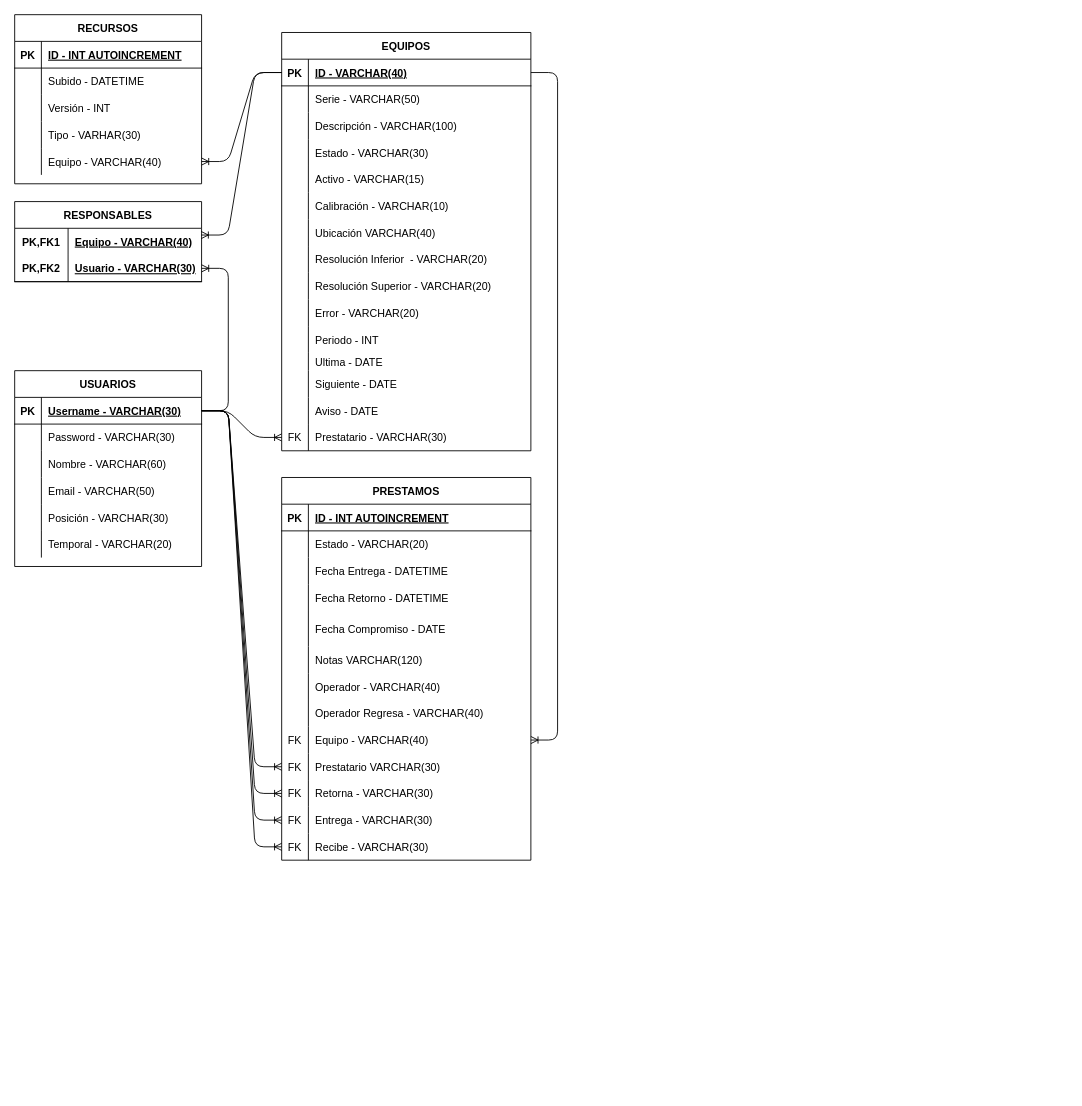
Before: api/db/model/Diagrama de Tablas.drawio in FFahrenheit/Calibraciones-API, a draw.io diagram. Source tidied: cells renumbered, new cells numbered last; positions are measured from the earlier drawing's top-left corner, leaving out a move shared by most shapes. Both pictures are drawn from the tidied source at 89%, with x=0, y=0 at pixel (14, 14).
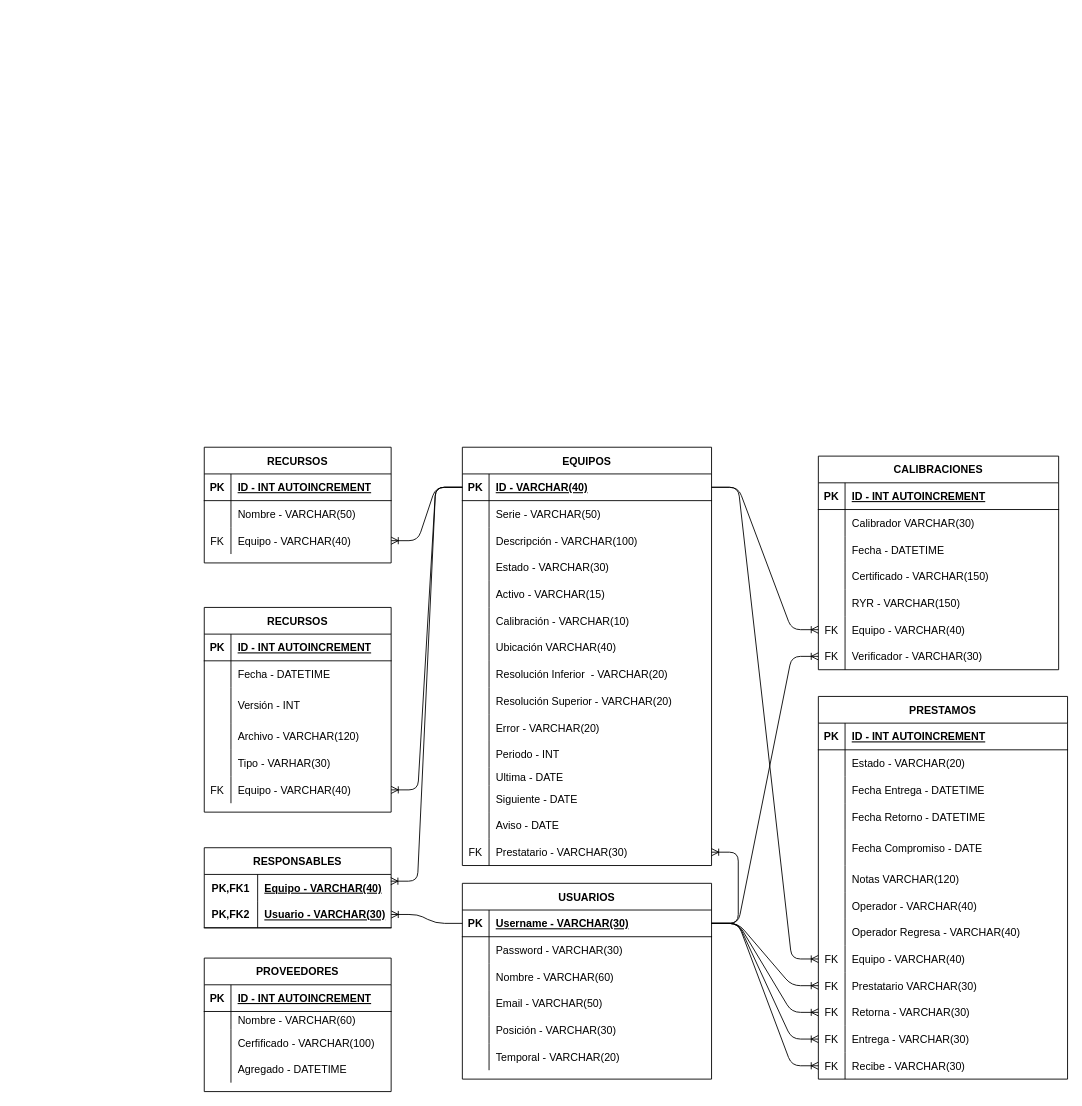
The same diagram, later.

Commit message:
Actualizado diagrama de tablas

The change refers to these unchanged cells:
```xml
<mxCell id="3" style="shape=partialRectangle;fillColor=none;top=0;left=0;bottom=1;right=0;points=[[0,0.5],[1,0.5]];portConstraint=eastwest;" parent="2" vertex="1">
  <mxGeometry y="30" width="280" height="30" as="geometry" />
</mxCell>
<mxCell id="45" style="shape=partialRectangle;fillColor=none;top=0;left=0;bottom=0;right=0;points=[[0,0.5],[1,0.5]];portConstraint=eastwest;" parent="2" vertex="1">
  <mxGeometry y="440" width="280" height="30" as="geometry" />
</mxCell>
<mxCell id="72" style="shape=partialRectangle;fillColor=none;top=0;left=0;bottom=0;right=0;" parent="68" vertex="1">
  <mxGeometry y="60" width="210" height="30" as="geometry" />
</mxCell>
<mxCell id="110" style="shape=partialRectangle;fillColor=none;top=0;left=0;bottom=0;right=0;points=[[0,0.5],[1,0.5]];portConstraint=eastwest;" parent="85" vertex="1">
  <mxGeometry y="280" width="280" height="30" as="geometry" />
</mxCell>
<mxCell id="134" style="shape=partialRectangle;fillColor=none;top=0;left=0;bottom=1;right=0;points=[[0,0.5],[1,0.5]];portConstraint=eastwest;" parent="130" vertex="1">
  <mxGeometry y="60" width="210" height="30" as="geometry" />
</mxCell>
```

The edit, as a diff of the source:
```diff
@@
     <mxCell id="2" value="EQUIPOS" style="shape=table;startSize=30;childLayout=tableLayout;rowLines=0;fontStyle=1;align=center;" parent="1" vertex="1">
-      <mxGeometry x="300" y="20" width="280" height="470" as="geometry" />
+      <mxGeometry x="503" y="486" width="280" height="470" as="geometry" />
     </mxCell>
@@
     <mxCell id="48" value="USUARIOS" style="shape=table;startSize=30;childLayout=tableLayout;rowLines=0;fontStyle=1;align=center;" parent="1" vertex="1">
-      <mxGeometry y="400" width="210" height="220" as="geometry" />
+      <mxGeometry x="503" y="976" width="280" height="220" as="geometry" />
     </mxCell>
     <mxCell id="49" style="shape=partialRectangle;fillColor=none;top=0;left=0;bottom=1;right=0;points=[[0,0.5],[1,0.5]];portConstraint=eastwest;" parent="48" vertex="1">
-      <mxGeometry y="30" width="210" height="30" as="geometry" />
+      <mxGeometry y="30" width="280" height="30" as="geometry" />
     </mxCell>
@@
     <mxCell id="51" value="Username - VARCHAR(30)" style="shape=partialRectangle;fillColor=none;top=0;left=0;bottom=0;right=0;align=left;spacingLeft=6;fontStyle=5;overflow=hidden;" parent="49" vertex="1">
-      <mxGeometry x="30" width="180" height="30" as="geometry" />
+      <mxGeometry x="30" width="250" height="30" as="geometry" />
     </mxCell>
     <mxCell id="52" style="shape=partialRectangle;fillColor=none;top=0;left=0;bottom=0;right=0;" parent="48" vertex="1">
-      <mxGeometry y="60" width="210" height="30" as="geometry" />
+      <mxGeometry y="60" width="280" height="30" as="geometry" />
     </mxCell>
@@
     <mxCell id="54" value="Password - VARCHAR(30)" style="shape=partialRectangle;fillColor=none;top=0;left=0;bottom=0;right=0;align=left;spacingLeft=6;overflow=hidden;" parent="52" vertex="1">
-      <mxGeometry x="30" width="180" height="30" as="geometry" />
+      <mxGeometry x="30" width="250" height="30" as="geometry" />
     </mxCell>
     <mxCell id="55" style="shape=partialRectangle;fillColor=none;top=0;left=0;bottom=0;right=0;" parent="48" vertex="1">
-      <mxGeometry y="90" width="210" height="30" as="geometry" />
+      <mxGeometry y="90" width="280" height="30" as="geometry" />
     </mxCell>
@@
     <mxCell id="57" value="Nombre - VARCHAR(60)" style="shape=partialRectangle;fillColor=none;top=0;left=0;bottom=0;right=0;align=left;spacingLeft=6;overflow=hidden;" parent="55" vertex="1">
-      <mxGeometry x="30" width="180" height="30" as="geometry" />
+      <mxGeometry x="30" width="250" height="30" as="geometry" />
     </mxCell>
     <mxCell id="58" style="shape=partialRectangle;fillColor=none;top=0;left=0;bottom=0;right=0;" parent="48" vertex="1">
-      <mxGeometry y="120" width="210" height="30" as="geometry" />
+      <mxGeometry y="120" width="280" height="30" as="geometry" />
     </mxCell>
@@
     <mxCell id="60" value="Email - VARCHAR(50)" style="shape=partialRectangle;fillColor=none;top=0;left=0;bottom=0;right=0;align=left;spacingLeft=6;overflow=hidden;" parent="58" vertex="1">
-      <mxGeometry x="30" width="180" height="30" as="geometry" />
+      <mxGeometry x="30" width="250" height="30" as="geometry" />
     </mxCell>
     <mxCell id="61" style="shape=partialRectangle;fillColor=none;top=0;left=0;bottom=0;right=0;" parent="48" vertex="1">
-      <mxGeometry y="150" width="210" height="30" as="geometry" />
+      <mxGeometry y="150" width="280" height="30" as="geometry" />
     </mxCell>
@@
     <mxCell id="63" value="Posición - VARCHAR(30)" style="shape=partialRectangle;fillColor=none;top=0;left=0;bottom=0;right=0;align=left;spacingLeft=6;overflow=hidden;" parent="61" vertex="1">
-      <mxGeometry x="30" width="180" height="30" as="geometry" />
+      <mxGeometry x="30" width="250" height="30" as="geometry" />
     </mxCell>
     <mxCell id="64" style="shape=partialRectangle;fillColor=none;top=0;left=0;bottom=0;right=0;" parent="48" vertex="1">
-      <mxGeometry y="180" width="210" height="30" as="geometry" />
+      <mxGeometry y="180" width="280" height="30" as="geometry" />
     </mxCell>
@@
     <mxCell id="66" value="Temporal - VARCHAR(20)" style="shape=partialRectangle;fillColor=none;top=0;left=0;bottom=0;right=0;align=left;spacingLeft=6;overflow=hidden;" parent="64" vertex="1">
-      <mxGeometry x="30" width="180" height="30" as="geometry" />
+      <mxGeometry x="30" width="250" height="30" as="geometry" />
     </mxCell>
-    <mxCell id="67" style="edgeStyle=entityRelationEdgeStyle;fontSize=12;html=1;endArrow=none;exitX=0;exitY=0.5;exitDx=0;exitDy=0;entryX=1;entryY=0.5;entryDx=0;entryDy=0;startArrow=ERoneToMany;startFill=0;endFill=0;" parent="1" edge="1" source="45" target="49">
+    <mxCell id="67" style="edgeStyle=entityRelationEdgeStyle;fontSize=12;html=1;endArrow=none;exitX=1;exitY=0.5;exitDx=0;exitDy=0;startArrow=ERoneToMany;startFill=0;endFill=0;" parent="1" edge="1" source="45" target="49">
       <mxGeometry relative="1" as="geometry" />
     </mxCell>
     <mxCell id="68" value="RECURSOS" style="shape=table;startSize=30;childLayout=tableLayout;rowLines=0;fontStyle=1;align=center;" parent="1" vertex="1">
-      <mxGeometry width="210" height="190" as="geometry" />
+      <mxGeometry x="213" y="666" width="210" height="230" as="geometry" />
     </mxCell>
@@
-    <mxCell id="74" value="Subido - DATETIME" style="shape=partialRectangle;fillColor=none;top=0;left=0;bottom=0;right=0;align=left;spacingLeft=6;overflow=hidden;" parent="72" vertex="1">
+    <mxCell id="74" value="Fecha - DATETIME" style="shape=partialRectangle;fillColor=none;top=0;left=0;bottom=0;right=0;align=left;spacingLeft=6;overflow=hidden;" parent="72" vertex="1">
       <mxGeometry x="30" width="180" height="30" as="geometry" />
     </mxCell>
     <mxCell id="75" style="shape=partialRectangle;fillColor=none;top=0;left=0;bottom=0;right=0;" parent="68" vertex="1">
-      <mxGeometry y="90" width="210" height="30" as="geometry" />
+      <mxGeometry y="90" width="210" height="40" as="geometry" />
     </mxCell>
     <mxCell id="76" style="shape=partialRectangle;fillColor=none;top=0;left=0;bottom=0;right=0;overflow=hidden;" parent="75" vertex="1">
-      <mxGeometry width="30" height="30" as="geometry" />
+      <mxGeometry width="30" height="40" as="geometry" />
     </mxCell>
     <mxCell id="77" value="Versión - INT" style="shape=partialRectangle;fillColor=none;top=0;left=0;bottom=0;right=0;align=left;spacingLeft=6;overflow=hidden;" parent="75" vertex="1">
-      <mxGeometry x="30" width="180" height="30" as="geometry" />
+      <mxGeometry x="30" width="180" height="40" as="geometry" />
     </mxCell>
+    <mxCell id="139" style="shape=partialRectangle;fillColor=none;top=0;left=0;bottom=0;right=0;" parent="68" vertex="1">
+      <mxGeometry y="130" width="210" height="30" as="geometry" />
+    </mxCell>
+    <mxCell id="140" style="shape=partialRectangle;fillColor=none;top=0;left=0;bottom=0;right=0;overflow=hidden;" parent="139" vertex="1">
+      <mxGeometry width="30" height="30" as="geometry" />
+    </mxCell>
+    <mxCell id="141" value="Archivo - VARCHAR(120)" style="shape=partialRectangle;fillColor=none;top=0;left=0;bottom=0;right=0;align=left;spacingLeft=6;overflow=hidden;" parent="139" vertex="1">
+      <mxGeometry x="30" width="180" height="30" as="geometry" />
+    </mxCell>
     <mxCell id="78" style="shape=partialRectangle;fillColor=none;top=0;left=0;bottom=0;right=0;" parent="68" vertex="1">
-      <mxGeometry y="120" width="210" height="30" as="geometry" />
+      <mxGeometry y="160" width="210" height="30" as="geometry" />
     </mxCell>
@@
     <mxCell id="81" style="shape=partialRectangle;fillColor=none;top=0;left=0;bottom=0;right=0;points=[[0,0.5],[1,0.5]];portConstraint=eastwest;" parent="68" vertex="1">
-      <mxGeometry y="150" width="210" height="30" as="geometry" />
+      <mxGeometry y="190" width="210" height="30" as="geometry" />
     </mxCell>
-    <mxCell id="82" style="shape=partialRectangle;fillColor=none;top=0;left=0;bottom=0;right=0;overflow=hidden;" parent="81" vertex="1">
+    <mxCell id="82" value="FK" style="shape=partialRectangle;fillColor=none;top=0;left=0;bottom=0;right=0;overflow=hidden;" parent="81" vertex="1">
       <mxGeometry width="30" height="30" as="geometry" />
     </mxCell>
@@
     <mxCell id="85" value="PRESTAMOS" style="shape=table;startSize=30;childLayout=tableLayout;rowLines=0;fontStyle=1;align=center;" parent="1" vertex="1">
-      <mxGeometry x="300" y="520" width="280" height="430" as="geometry" />
+      <mxGeometry x="903" y="766" width="280" height="430" as="geometry" />
     </mxCell>
@@
-    <mxCell id="125" style="edgeStyle=entityRelationEdgeStyle;fontSize=12;html=1;endArrow=ERoneToMany;entryX=1;entryY=0.5;entryDx=0;entryDy=0;" parent="1" edge="1" source="3" target="110">
+    <mxCell id="125" style="edgeStyle=entityRelationEdgeStyle;fontSize=12;html=1;endArrow=ERoneToMany;entryX=0;entryY=0.5;entryDx=0;entryDy=0;" parent="1" edge="1" source="3" target="110">
       <mxGeometry relative="1" as="geometry" />
     </mxCell>
@@
     <mxCell id="130" value="RESPONSABLES" style="shape=table;startSize=30;childLayout=tableLayout;rowLines=0;fontStyle=1;align=center;" parent="1" vertex="1">
-      <mxGeometry y="210" width="210" height="90" as="geometry" />
+      <mxGeometry x="213" y="936" width="210" height="90" as="geometry" />
     </mxCell>
@@
-    <mxCell id="138" style="edgeStyle=entityRelationEdgeStyle;fontSize=12;html=1;endArrow=ERoneToMany;entryX=1;entryY=0.5;entryDx=0;entryDy=0;exitX=1;exitY=0.5;exitDx=0;exitDy=0;" parent="1" edge="1" source="49" target="134">
+    <mxCell id="138" style="edgeStyle=entityRelationEdgeStyle;fontSize=12;html=1;endArrow=ERoneToMany;entryX=1;entryY=0.5;entryDx=0;entryDy=0;exitX=0;exitY=0.5;exitDx=0;exitDy=0;" parent="1" edge="1" source="49" target="134">
       <mxGeometry relative="1" as="geometry" />
     </mxCell>
+    <mxCell id="142" value="CALIBRACIONES" style="shape=table;startSize=30;childLayout=tableLayout;rowLines=0;fontStyle=1;align=center;" parent="1" vertex="1">
+      <mxGeometry x="903" y="496" width="270" height="240" as="geometry" />
+    </mxCell>
+    <mxCell id="143" style="shape=partialRectangle;fillColor=none;top=0;left=0;bottom=1;right=0;" parent="142" vertex="1">
+      <mxGeometry y="30" width="270" height="30" as="geometry" />
+    </mxCell>
+    <mxCell id="144" value="PK" style="shape=partialRectangle;fillColor=none;top=0;left=0;bottom=0;right=0;fontStyle=1;overflow=hidden;" parent="143" vertex="1">
+      <mxGeometry width="30" height="30" as="geometry" />
+    </mxCell>
+    <mxCell id="145" value="ID - INT AUTOINCREMENT" style="shape=partialRectangle;fillColor=none;top=0;left=0;bottom=0;right=0;align=left;spacingLeft=6;fontStyle=5;overflow=hidden;" parent="143" vertex="1">
+      <mxGeometry x="30" width="240" height="30" as="geometry" />
+    </mxCell>
+    <mxCell id="146" style="shape=partialRectangle;fillColor=none;top=0;left=0;bottom=0;right=0;" parent="142" vertex="1">
+      <mxGeometry y="60" width="270" height="30" as="geometry" />
+    </mxCell>
+    <mxCell id="147" style="shape=partialRectangle;fillColor=none;top=0;left=0;bottom=0;right=0;overflow=hidden;" parent="146" vertex="1">
+      <mxGeometry width="30" height="30" as="geometry" />
+    </mxCell>
+    <mxCell id="148" value="Calibrador VARCHAR(30)" style="shape=partialRectangle;fillColor=none;top=0;left=0;bottom=0;right=0;align=left;spacingLeft=6;overflow=hidden;" parent="146" vertex="1">
+      <mxGeometry x="30" width="240" height="30" as="geometry" />
+    </mxCell>
+    <mxCell id="149" style="shape=partialRectangle;fillColor=none;top=0;left=0;bottom=0;right=0;" parent="142" vertex="1">
+      <mxGeometry y="90" width="270" height="30" as="geometry" />
+    </mxCell>
+    <mxCell id="150" style="shape=partialRectangle;fillColor=none;top=0;left=0;bottom=0;right=0;overflow=hidden;" parent="149" vertex="1">
+      <mxGeometry width="30" height="30" as="geometry" />
+    </mxCell>
+    <mxCell id="151" value="Fecha - DATETIME" style="shape=partialRectangle;fillColor=none;top=0;left=0;bottom=0;right=0;align=left;spacingLeft=6;overflow=hidden;" parent="149" vertex="1">
+      <mxGeometry x="30" width="240" height="30" as="geometry" />
+    </mxCell>
+    <mxCell id="152" style="shape=partialRectangle;fillColor=none;top=0;left=0;bottom=0;right=0;" parent="142" vertex="1">
+      <mxGeometry y="120" width="270" height="30" as="geometry" />
+    </mxCell>
+    <mxCell id="153" style="shape=partialRectangle;fillColor=none;top=0;left=0;bottom=0;right=0;overflow=hidden;" parent="152" vertex="1">
+      <mxGeometry width="30" height="30" as="geometry" />
+    </mxCell>
+    <mxCell id="154" value="Certificado - VARCHAR(150)" style="shape=partialRectangle;fillColor=none;top=0;left=0;bottom=0;right=0;align=left;spacingLeft=6;overflow=hidden;" parent="152" vertex="1">
+      <mxGeometry x="30" width="240" height="30" as="geometry" />
+    </mxCell>
+    <mxCell id="155" style="shape=partialRectangle;fillColor=none;top=0;left=0;bottom=0;right=0;" parent="142" vertex="1">
+      <mxGeometry y="150" width="270" height="30" as="geometry" />
+    </mxCell>
+    <mxCell id="156" style="shape=partialRectangle;fillColor=none;top=0;left=0;bottom=0;right=0;overflow=hidden;" parent="155" vertex="1">
+      <mxGeometry width="30" height="30" as="geometry" />
+    </mxCell>
+    <mxCell id="157" value="RYR - VARCHAR(150)" style="shape=partialRectangle;fillColor=none;top=0;left=0;bottom=0;right=0;align=left;spacingLeft=6;overflow=hidden;" parent="155" vertex="1">
+      <mxGeometry x="30" width="240" height="30" as="geometry" />
+    </mxCell>
+    <mxCell id="158" style="shape=partialRectangle;fillColor=none;top=0;left=0;bottom=0;right=0;points=[[0,0.5],[1,0.5]];portConstraint=eastwest;" parent="142" vertex="1">
+      <mxGeometry y="180" width="270" height="30" as="geometry" />
+    </mxCell>
+    <mxCell id="159" value="FK" style="shape=partialRectangle;fillColor=none;top=0;left=0;bottom=0;right=0;fontStyle=0;overflow=hidden;" parent="158" vertex="1">
+      <mxGeometry width="30" height="30" as="geometry" />
+    </mxCell>
+    <mxCell id="160" value="Equipo - VARCHAR(40)" style="shape=partialRectangle;fillColor=none;top=0;left=0;bottom=0;right=0;align=left;spacingLeft=6;fontStyle=0;overflow=hidden;" parent="158" vertex="1">
+      <mxGeometry x="30" width="240" height="30" as="geometry" />
+    </mxCell>
+    <mxCell id="161" style="shape=partialRectangle;fillColor=none;top=0;left=0;bottom=0;right=0;points=[[0,0.5],[1,0.5]];portConstraint=eastwest;" parent="142" vertex="1">
+      <mxGeometry y="210" width="270" height="30" as="geometry" />
+    </mxCell>
+    <mxCell id="162" value="FK" style="shape=partialRectangle;fillColor=none;top=0;left=0;bottom=0;right=0;fontStyle=0;overflow=hidden;" parent="161" vertex="1">
+      <mxGeometry width="30" height="30" as="geometry" />
+    </mxCell>
+    <mxCell id="163" value="Verificador - VARCHAR(30)" style="shape=partialRectangle;fillColor=none;top=0;left=0;bottom=0;right=0;align=left;spacingLeft=6;fontStyle=0;overflow=hidden;" parent="161" vertex="1">
+      <mxGeometry x="30" width="240" height="30" as="geometry" />
+    </mxCell>
+    <mxCell id="164" style="edgeStyle=entityRelationEdgeStyle;fontSize=12;html=1;endArrow=none;exitX=0;exitY=0.5;exitDx=0;exitDy=0;entryX=1;entryY=0.5;entryDx=0;entryDy=0;startArrow=ERoneToMany;startFill=0;endFill=0;" parent="1" edge="1" source="158" target="3">
+      <mxGeometry relative="1" as="geometry" />
+    </mxCell>
+    <mxCell id="165" style="edgeStyle=entityRelationEdgeStyle;fontSize=12;html=1;endArrow=none;exitX=0;exitY=0.5;exitDx=0;exitDy=0;entryX=1;entryY=0.5;entryDx=0;entryDy=0;startArrow=ERoneToMany;startFill=0;endFill=0;" parent="1" edge="1" source="161" target="49">
+      <mxGeometry relative="1" as="geometry" />
+    </mxCell>
+    <mxCell id="166" value="RECURSOS" style="shape=table;startSize=30;childLayout=tableLayout;rowLines=0;fontStyle=1;align=center;" parent="1" vertex="1">
+      <mxGeometry x="213" y="486" width="210" height="130" as="geometry" />
+    </mxCell>
+    <mxCell id="167" style="shape=partialRectangle;fillColor=none;top=0;left=0;bottom=1;right=0;" parent="166" vertex="1">
+      <mxGeometry y="30" width="210" height="30" as="geometry" />
+    </mxCell>
+    <mxCell id="168" value="PK" style="shape=partialRectangle;fillColor=none;top=0;left=0;bottom=0;right=0;fontStyle=1;overflow=hidden;" parent="167" vertex="1">
+      <mxGeometry width="30" height="30" as="geometry" />
+    </mxCell>
+    <mxCell id="169" value="ID - INT AUTOINCREMENT" style="shape=partialRectangle;fillColor=none;top=0;left=0;bottom=0;right=0;align=left;spacingLeft=6;fontStyle=5;overflow=hidden;" parent="167" vertex="1">
+      <mxGeometry x="30" width="180" height="30" as="geometry" />
+    </mxCell>
+    <mxCell id="170" style="shape=partialRectangle;fillColor=none;top=0;left=0;bottom=0;right=0;" parent="166" vertex="1">
+      <mxGeometry y="60" width="210" height="30" as="geometry" />
+    </mxCell>
+    <mxCell id="171" style="shape=partialRectangle;fillColor=none;top=0;left=0;bottom=0;right=0;overflow=hidden;" parent="170" vertex="1">
+      <mxGeometry width="30" height="30" as="geometry" />
+    </mxCell>
+    <mxCell id="172" value="Nombre - VARCHAR(50)" style="shape=partialRectangle;fillColor=none;top=0;left=0;bottom=0;right=0;align=left;spacingLeft=6;overflow=hidden;" parent="170" vertex="1">
+      <mxGeometry x="30" width="180" height="30" as="geometry" />
+    </mxCell>
+    <mxCell id="173" style="shape=partialRectangle;fillColor=none;top=0;left=0;bottom=0;right=0;points=[[0,0.5],[1,0.5]];portConstraint=eastwest;" parent="166" vertex="1">
+      <mxGeometry y="90" width="210" height="30" as="geometry" />
+    </mxCell>
+    <mxCell id="174" value="FK" style="shape=partialRectangle;fillColor=none;top=0;left=0;bottom=0;right=0;overflow=hidden;" parent="173" vertex="1">
+      <mxGeometry width="30" height="30" as="geometry" />
+    </mxCell>
+    <mxCell id="175" value="Equipo - VARCHAR(40)" style="shape=partialRectangle;fillColor=none;top=0;left=0;bottom=0;right=0;align=left;spacingLeft=6;overflow=hidden;" parent="173" vertex="1">
+      <mxGeometry x="30" width="180" height="30" as="geometry" />
+    </mxCell>
+    <mxCell id="176" style="edgeStyle=entityRelationEdgeStyle;fontSize=12;html=1;endArrow=ERoneToMany;entryX=1;entryY=0.5;entryDx=0;entryDy=0;exitX=0;exitY=0.5;exitDx=0;exitDy=0;" parent="1" edge="1" source="3" target="173">
+      <mxGeometry relative="1" as="geometry" />
+    </mxCell>
+    <mxCell id="177" value="PROVEEDORES" style="shape=table;startSize=30;childLayout=tableLayout;rowLines=0;fontStyle=1;align=center;" parent="1" vertex="1">
+      <mxGeometry x="213" y="1060" width="210" height="150" as="geometry" />
+    </mxCell>
+    <mxCell id="178" style="shape=partialRectangle;fillColor=none;top=0;left=0;bottom=1;right=0;" parent="177" vertex="1">
+      <mxGeometry y="30" width="210" height="30" as="geometry" />
+    </mxCell>
+    <mxCell id="179" value="PK" style="shape=partialRectangle;fillColor=none;top=0;left=0;bottom=0;right=0;fontStyle=1;overflow=hidden;" parent="178" vertex="1">
+      <mxGeometry width="30" height="30" as="geometry" />
+    </mxCell>
+    <mxCell id="180" value="ID - INT AUTOINCREMENT" style="shape=partialRectangle;fillColor=none;top=0;left=0;bottom=0;right=0;align=left;spacingLeft=6;fontStyle=5;overflow=hidden;" parent="178" vertex="1">
+      <mxGeometry x="30" width="180" height="30" as="geometry" />
+    </mxCell>
+    <mxCell id="181" style="shape=partialRectangle;fillColor=none;top=0;left=0;bottom=0;right=0;" parent="177" vertex="1">
+      <mxGeometry y="60" width="210" height="20" as="geometry" />
+    </mxCell>
+    <mxCell id="182" style="shape=partialRectangle;fillColor=none;top=0;left=0;bottom=0;right=0;overflow=hidden;" parent="181" vertex="1">
+      <mxGeometry width="30" height="20" as="geometry" />
+    </mxCell>
+    <mxCell id="183" value="Nombre - VARCHAR(60)" style="shape=partialRectangle;fillColor=none;top=0;left=0;bottom=0;right=0;align=left;spacingLeft=6;overflow=hidden;" parent="181" vertex="1">
+      <mxGeometry x="30" width="180" height="20" as="geometry" />
+    </mxCell>
+    <mxCell id="184" style="shape=partialRectangle;fillColor=none;top=0;left=0;bottom=0;right=0;" parent="177" vertex="1">
+      <mxGeometry y="80" width="210" height="30" as="geometry" />
+    </mxCell>
+    <mxCell id="185" style="shape=partialRectangle;fillColor=none;top=0;left=0;bottom=0;right=0;overflow=hidden;" parent="184" vertex="1">
+      <mxGeometry width="30" height="30" as="geometry" />
+    </mxCell>
+    <mxCell id="186" value="Cerfificado - VARCHAR(100)" style="shape=partialRectangle;fillColor=none;top=0;left=0;bottom=0;right=0;align=left;spacingLeft=6;overflow=hidden;" parent="184" vertex="1">
+      <mxGeometry x="30" width="180" height="30" as="geometry" />
+    </mxCell>
+    <mxCell id="187" style="shape=partialRectangle;fillColor=none;top=0;left=0;bottom=0;right=0;" parent="177" vertex="1">
+      <mxGeometry y="110" width="210" height="30" as="geometry" />
+    </mxCell>
+    <mxCell id="188" style="shape=partialRectangle;fillColor=none;top=0;left=0;bottom=0;right=0;overflow=hidden;" parent="187" vertex="1">
+      <mxGeometry width="30" height="30" as="geometry" />
+    </mxCell>
+    <mxCell id="189" value="Agregado - DATETIME" style="shape=partialRectangle;fillColor=none;top=0;left=0;bottom=0;right=0;align=left;spacingLeft=6;overflow=hidden;" parent="187" vertex="1">
+      <mxGeometry x="30" width="180" height="30" as="geometry" />
+    </mxCell>
```
